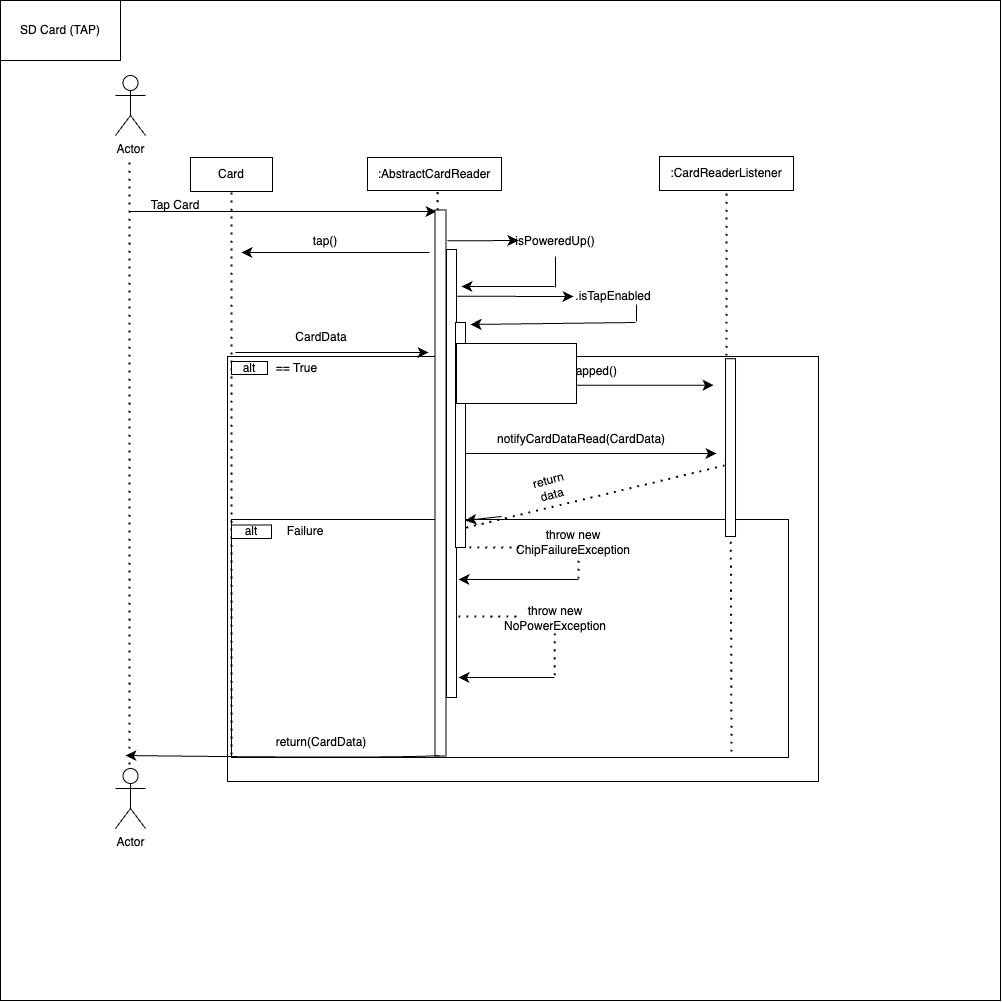
Before: visuals/sequence_structure_diagram_V1_3.png, a diagram exported from draw.io (marinara782/SuperMarket-Project-2). Source tidied: cells renumbered, new cells last; positions are measured from the earlier drawing's top-left corner, leaving out a move shared by most shapes.
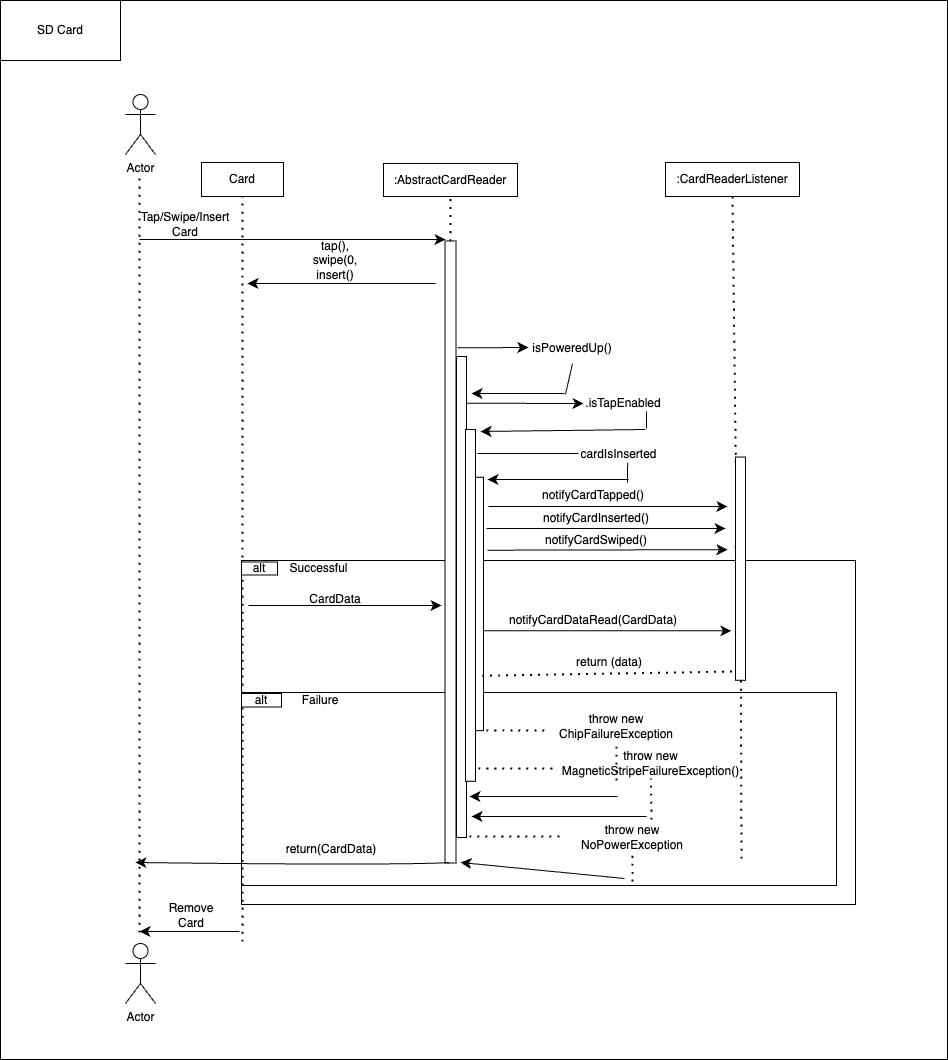
The same diagram one commit later.

The edit, as a diff of the source:
```diff
@@ -4,13 +4,13 @@
     <mxCell id="1" parent="0" />
-    <mxCell id="2" style="whiteSpace=wrap;html=1;" parent="1" vertex="1">
-      <mxGeometry width="1000" height="1000" as="geometry" />
-    </mxCell>
-    <mxCell id="3" style="rounded=0;whiteSpace=wrap;html=1;" parent="1" vertex="1">
-      <mxGeometry x="227" y="356" width="591" height="425" as="geometry" />
-    </mxCell>
-    <mxCell id="4" style="rounded=0;whiteSpace=wrap;html=1;" parent="1" vertex="1">
-      <mxGeometry x="231" y="519" width="557" height="238" as="geometry" />
-    </mxCell>
+    <mxCell id="58" style="rounded=0;whiteSpace=wrap;html=1;" parent="1" vertex="1">
+      <mxGeometry x="-10" y="-107" width="947" height="1059" as="geometry" />
+    </mxCell>
+    <mxCell id="59" style="rounded=0;whiteSpace=wrap;html=1;" parent="1" vertex="1">
+      <mxGeometry x="231" y="453" width="614" height="344" as="geometry" />
+    </mxCell>
+    <mxCell id="60" style="rounded=0;whiteSpace=wrap;html=1;" parent="1" vertex="1">
+      <mxGeometry x="231" y="585" width="595" height="193" as="geometry" />
+    </mxCell>
     <mxCell id="5" value="Actor" style="shape=umlActor;verticalLabelPosition=bottom;verticalAlign=top;html=1;" parent="1" vertex="1">
-      <mxGeometry x="115" y="75" width="30" height="60" as="geometry" />
+      <mxGeometry x="115" y="-13" width="30" height="60" as="geometry" />
     </mxCell>
@@ -18,4 +18,4 @@
       <mxGeometry relative="1" as="geometry">
-        <mxPoint x="129" y="764" as="sourcePoint" />
-        <mxPoint x="129" y="158" as="targetPoint" />
+        <mxPoint x="129" y="825" as="sourcePoint" />
+        <mxPoint x="129" y="69" as="targetPoint" />
       </mxGeometry>
@@ -23,3 +23,3 @@
     <mxCell id="7" value="Card" style="rounded=0;whiteSpace=wrap;html=1;" parent="1" vertex="1">
-      <mxGeometry x="190" y="157" width="82" height="34" as="geometry" />
+      <mxGeometry x="191" y="55" width="82" height="34" as="geometry" />
     </mxCell>
@@ -27,4 +27,4 @@
       <mxGeometry relative="1" as="geometry">
-        <mxPoint x="130" y="211" as="sourcePoint" />
-        <mxPoint x="436" y="211" as="targetPoint" />
+        <mxPoint x="129" y="132" as="sourcePoint" />
+        <mxPoint x="435" y="132" as="targetPoint" />
       </mxGeometry>
@@ -33,3 +33,3 @@
       <mxGeometry relative="1" as="geometry">
-        <mxPoint x="231" y="754" as="sourcePoint" />
+        <mxPoint x="232" y="834" as="sourcePoint" />
       </mxGeometry>
@@ -37,3 +37,3 @@
     <mxCell id="10" value=":AbstractCardReader" style="rounded=0;whiteSpace=wrap;html=1;" parent="1" vertex="1">
-      <mxGeometry x="367" y="157" width="134" height="33" as="geometry" />
+      <mxGeometry x="373" y="56" width="134" height="33" as="geometry" />
     </mxCell>
@@ -41,3 +41,3 @@
       <mxGeometry relative="1" as="geometry">
-        <mxPoint x="437" y="191" as="targetPoint" />
+        <mxPoint x="440" y="90" as="targetPoint" />
       </mxGeometry>
@@ -45,3 +45,3 @@
     <mxCell id="12" style="rounded=0;whiteSpace=wrap;html=1;rotation=90;" parent="1" vertex="1">
-      <mxGeometry x="167" y="477" width="546" height="11" as="geometry" />
+      <mxGeometry x="129" y="439" width="622" height="11" as="geometry" />
     </mxCell>
@@ -49,17 +49,17 @@
       <mxGeometry relative="1" as="geometry">
-        <mxPoint x="429" y="252" as="sourcePoint" />
-        <mxPoint x="241" y="252" as="targetPoint" />
+        <mxPoint x="425" y="176" as="sourcePoint" />
+        <mxPoint x="237" y="176" as="targetPoint" />
       </mxGeometry>
     </mxCell>
-    <mxCell id="14" value="tap()" style="text;html=1;align=center;verticalAlign=middle;whiteSpace=wrap;rounded=0;" parent="1" vertex="1">
-      <mxGeometry x="295" y="226" width="60" height="30" as="geometry" />
+    <mxCell id="14" value="tap(), swipe(0, insert()" style="text;html=1;align=center;verticalAlign=middle;whiteSpace=wrap;rounded=0;" parent="1" vertex="1">
+      <mxGeometry x="295" y="138" width="60" height="30" as="geometry" />
     </mxCell>
-    <mxCell id="15" value="Tap Card" style="text;html=1;align=center;verticalAlign=middle;whiteSpace=wrap;rounded=0;" parent="1" vertex="1">
-      <mxGeometry x="145" y="190" width="60" height="30" as="geometry" />
+    <mxCell id="15" value="Tap/Swipe/Insert Card" style="text;html=1;align=center;verticalAlign=middle;whiteSpace=wrap;rounded=0;" parent="1" vertex="1">
+      <mxGeometry x="145" y="102" width="60" height="30" as="geometry" />
     </mxCell>
     <mxCell id="16" value="alt" style="rounded=0;whiteSpace=wrap;html=1;" parent="1" vertex="1">
-      <mxGeometry x="231" y="361" width="36" height="13" as="geometry" />
+      <mxGeometry x="231" y="454.5" width="36" height="13" as="geometry" />
     </mxCell>
-    <mxCell id="17" value="== True" style="text;html=1;align=center;verticalAlign=middle;whiteSpace=wrap;rounded=0;" parent="1" vertex="1">
-      <mxGeometry x="267" y="361.2" width="59" height="12.5" as="geometry" />
+    <mxCell id="17" value="Successful" style="text;html=1;align=center;verticalAlign=middle;whiteSpace=wrap;rounded=0;" parent="1" vertex="1">
+      <mxGeometry x="279" y="455" width="59" height="12.5" as="geometry" />
     </mxCell>
@@ -70,4 +70,4 @@
       <mxGeometry relative="1" as="geometry">
-        <mxPoint x="235" y="352" as="sourcePoint" />
-        <mxPoint x="428" y="352" as="targetPoint" />
+        <mxPoint x="238" y="498" as="sourcePoint" />
+        <mxPoint x="431" y="498" as="targetPoint" />
       </mxGeometry>
@@ -75,3 +75,3 @@
     <mxCell id="20" value=":CardReaderListener" style="rounded=0;whiteSpace=wrap;html=1;" parent="1" vertex="1">
-      <mxGeometry x="659" y="156" width="134" height="34" as="geometry" />
+      <mxGeometry x="655" y="55" width="134" height="34" as="geometry" />
     </mxCell>
@@ -83,3 +83,3 @@
     <mxCell id="22" style="rounded=0;whiteSpace=wrap;html=1;rotation=90;" parent="1" vertex="1">
-      <mxGeometry x="227" y="468" width="448" height="10" as="geometry" />
+      <mxGeometry x="210.5" y="484.5" width="481" height="10" as="geometry" />
     </mxCell>
@@ -96,4 +96,4 @@
       <mxGeometry relative="1" as="geometry">
-        <mxPoint x="465" y="453" as="sourcePoint" />
-        <mxPoint x="716" y="453" as="targetPoint" />
+        <mxPoint x="470" y="523.3" as="sourcePoint" />
+        <mxPoint x="721" y="523.3" as="targetPoint" />
       </mxGeometry>
@@ -101,3 +101,3 @@
     <mxCell id="26" value="notifyCardDataRead(CardData)" style="text;html=1;align=center;verticalAlign=middle;whiteSpace=wrap;rounded=0;" parent="1" vertex="1">
-      <mxGeometry x="551" y="424" width="60" height="30" as="geometry" />
+      <mxGeometry x="553" y="498" width="60" height="30" as="geometry" />
     </mxCell>
@@ -121,6 +121,6 @@
     <mxCell id="30" value="CardData" style="text;html=1;align=center;verticalAlign=middle;whiteSpace=wrap;rounded=0;" parent="1" vertex="1">
-      <mxGeometry x="291" y="322" width="60" height="30" as="geometry" />
+      <mxGeometry x="295" y="477" width="60" height="30" as="geometry" />
     </mxCell>
     <mxCell id="31" value="alt" style="rounded=0;whiteSpace=wrap;html=1;" parent="1" vertex="1">
-      <mxGeometry x="231" y="524.5" width="40" height="13.5" as="geometry" />
+      <mxGeometry x="231" y="586" width="40" height="13.5" as="geometry" />
     </mxCell>
@@ -133,3 +133,3 @@
     <mxCell id="33" value="isPoweredUp()" style="text;html=1;align=center;verticalAlign=middle;whiteSpace=wrap;rounded=0;" parent="1" vertex="1">
-      <mxGeometry x="525" y="226" width="60" height="30" as="geometry" />
+      <mxGeometry x="532" y="226" width="60" height="30" as="geometry" />
     </mxCell>
@@ -147,20 +147,6 @@
     <mxCell id="36" value="Failure" style="text;html=1;align=center;verticalAlign=middle;whiteSpace=wrap;rounded=0;" parent="1" vertex="1">
-      <mxGeometry x="277" y="524.5" width="56" height="13" as="geometry" />
+      <mxGeometry x="282" y="586.5" width="56" height="13" as="geometry" />
     </mxCell>
-    <mxCell id="37" style="endArrow=none;dashed=1;html=1;dashPattern=1 3;strokeWidth=2;rounded=0;fontSize=12;startSize=8;endSize=8;curved=1;" parent="1" edge="1">
-      <mxGeometry relative="1" as="geometry">
-        <mxPoint x="458" y="529" as="sourcePoint" />
-        <mxPoint x="724" y="465" as="targetPoint" />
-      </mxGeometry>
-    </mxCell>
-    <mxCell id="38" style="endArrow=classic;html=1;rounded=0;fontSize=12;startSize=8;endSize=8;curved=1;entryX=0.88;entryY=0;entryDx=0;entryDy=0;entryPerimeter=0;" parent="1" edge="1" target="40">
-      <mxGeometry relative="1" as="geometry">
-        <mxPoint x="501" y="516" as="sourcePoint" />
-      </mxGeometry>
-    </mxCell>
-    <mxCell id="39" value="return data" style="text;html=1;align=center;verticalAlign=middle;whiteSpace=wrap;rounded=0;rotation=-15;" parent="1" vertex="1">
-      <mxGeometry x="520" y="472" width="60" height="30" as="geometry" />
-    </mxCell>
     <mxCell id="40" style="rounded=0;whiteSpace=wrap;html=1;rotation=90;" parent="1" vertex="1">
-      <mxGeometry x="347.5" y="429.5" width="225" height="10" as="geometry" />
+      <mxGeometry x="284.1" y="492.9" width="351.8" height="10" as="geometry" />
     </mxCell>
@@ -178,44 +164,8 @@
     </mxCell>
-    <mxCell id="43" style="endArrow=none;dashed=1;html=1;dashPattern=1 3;strokeWidth=2;rounded=0;fontSize=12;startSize=8;endSize=8;curved=1;" parent="1" edge="1">
-      <mxGeometry relative="1" as="geometry">
-        <mxPoint x="469" y="547" as="sourcePoint" />
-        <mxPoint x="522" y="547" as="targetPoint" />
-      </mxGeometry>
-    </mxCell>
     <mxCell id="44" value="throw new ChipFailureException" style="text;html=1;align=center;verticalAlign=middle;whiteSpace=wrap;rounded=0;" parent="1" vertex="1">
-      <mxGeometry x="543" y="527" width="60" height="30" as="geometry" />
+      <mxGeometry x="529" y="604" width="154" height="30" as="geometry" />
     </mxCell>
-    <mxCell id="45" style="endArrow=none;dashed=1;html=1;dashPattern=1 3;strokeWidth=2;rounded=0;fontSize=12;startSize=8;endSize=8;curved=1;" parent="1" edge="1">
-      <mxGeometry relative="1" as="geometry">
-        <mxPoint x="554.3" y="633" as="sourcePoint" />
-        <mxPoint x="554.3" y="680" as="targetPoint" />
-      </mxGeometry>
-    </mxCell>
-    <mxCell id="46" style="endArrow=none;dashed=1;html=1;dashPattern=1 3;strokeWidth=2;rounded=0;fontSize=12;startSize=8;endSize=8;curved=1;" parent="1" edge="1">
-      <mxGeometry relative="1" as="geometry">
-        <mxPoint x="578" y="578" as="sourcePoint" />
-        <mxPoint x="578" y="557" as="targetPoint" />
-      </mxGeometry>
-    </mxCell>
-    <mxCell id="47" style="endArrow=classic;html=1;rounded=0;fontSize=12;startSize=8;endSize=8;curved=1;" parent="1" edge="1">
-      <mxGeometry relative="1" as="geometry">
-        <mxPoint x="578" y="579" as="sourcePoint" />
-        <mxPoint x="458" y="579" as="targetPoint" />
-      </mxGeometry>
-    </mxCell>
-    <mxCell id="48" style="endArrow=none;dashed=1;html=1;dashPattern=1 3;strokeWidth=2;rounded=0;fontSize=12;startSize=8;endSize=8;curved=1;" parent="1" edge="1">
-      <mxGeometry relative="1" as="geometry">
-        <mxPoint x="458" y="616" as="sourcePoint" />
-        <mxPoint x="518" y="616" as="targetPoint" />
-      </mxGeometry>
-    </mxCell>
     <mxCell id="49" value="throw new NoPowerException" style="text;html=1;align=center;verticalAlign=middle;whiteSpace=wrap;rounded=0;" parent="1" vertex="1">
-      <mxGeometry x="525" y="603" width="60" height="30" as="geometry" />
+      <mxGeometry x="592" y="715" width="60" height="30" as="geometry" />
     </mxCell>
-    <mxCell id="50" style="endArrow=classic;html=1;rounded=0;fontSize=12;startSize=8;endSize=8;curved=1;" parent="1" edge="1">
-      <mxGeometry relative="1" as="geometry">
-        <mxPoint x="554" y="677" as="sourcePoint" />
-        <mxPoint x="458" y="677" as="targetPoint" />
-      </mxGeometry>
-    </mxCell>
     <mxCell id="51" style="endArrow=none;dashed=1;html=1;dashPattern=1 3;strokeWidth=2;rounded=0;fontSize=12;startSize=8;endSize=8;curved=1;" parent="1" edge="1" target="52">
@@ -226,22 +176,132 @@
     <mxCell id="52" style="rounded=0;whiteSpace=wrap;html=1;rotation=90;" parent="1" vertex="1">
-      <mxGeometry x="641.1" y="442.1" width="177.8" height="10" as="geometry" />
+      <mxGeometry x="618.4" y="456.1" width="223.2" height="10" as="geometry" />
     </mxCell>
     <mxCell id="53" value="Actor" style="shape=umlActor;verticalLabelPosition=bottom;verticalAlign=top;html=1;" parent="1" vertex="1">
-      <mxGeometry x="115" y="768" width="30" height="60" as="geometry" />
+      <mxGeometry x="115" y="836" width="30" height="60" as="geometry" />
     </mxCell>
-    <mxCell id="54" style="endArrow=classic;html=1;rounded=0;fontSize=12;startSize=8;endSize=8;curved=1;" parent="1" edge="1">
-      <mxGeometry relative="1" as="geometry">
-        <mxPoint x="467" y="384.8" as="sourcePoint" />
-        <mxPoint x="713" y="384.8" as="targetPoint" />
-      </mxGeometry>
-    </mxCell>
+    <mxCell id="57" value="SD Card" style="rounded=0;whiteSpace=wrap;html=1;" parent="1" vertex="1">
+      <mxGeometry x="-10" y="-107" width="120" height="60" as="geometry" />
+    </mxCell>
+    <mxCell id="61" style="rounded=0;whiteSpace=wrap;html=1;rotation=90;" parent="1" vertex="1">
+      <mxGeometry x="342.3" y="492.4" width="253.4" height="8" as="geometry" />
+    </mxCell>
+    <mxCell id="62" style="endArrow=none;html=1;rounded=0;fontSize=12;startSize=8;endSize=8;curved=1;" parent="1" edge="1">
+      <mxGeometry relative="1" as="geometry">
+        <mxPoint x="467" y="346" as="sourcePoint" />
+        <mxPoint x="568" y="346" as="targetPoint" />
+      </mxGeometry>
+    </mxCell>
+    <mxCell id="63" value="cardIsInserted" style="text;html=1;align=center;verticalAlign=middle;whiteSpace=wrap;rounded=0;" parent="1" vertex="1">
+      <mxGeometry x="562" y="342" width="93" height="10" as="geometry" />
+    </mxCell>
+    <mxCell id="64" style="endArrow=none;html=1;rounded=0;fontSize=12;startSize=8;endSize=8;curved=1;entryX=0.593;entryY=1.322;entryDx=0;entryDy=0;entryPerimeter=0;" parent="1" edge="1" target="63">
+      <mxGeometry relative="1" as="geometry">
+        <mxPoint x="617" y="375" as="sourcePoint" />
+      </mxGeometry>
+    </mxCell>
+    <mxCell id="65" style="endArrow=classic;html=1;rounded=0;fontSize=12;startSize=8;endSize=8;curved=1;" parent="1" edge="1">
+      <mxGeometry relative="1" as="geometry">
+        <mxPoint x="618" y="372" as="sourcePoint" />
+        <mxPoint x="477" y="372" as="targetPoint" />
+      </mxGeometry>
+    </mxCell>
     <mxCell id="55" value="notifyCardTapped()" style="text;html=1;align=center;verticalAlign=middle;whiteSpace=wrap;rounded=0;" parent="1" vertex="1">
-      <mxGeometry x="536" y="356" width="60" height="30" as="geometry" />
+      <mxGeometry x="553" y="373" width="60" height="30" as="geometry" />
     </mxCell>
-    <mxCell id="56" style="rounded=0;whiteSpace=wrap;html=1;" parent="1" vertex="1">
-      <mxGeometry x="456" y="343" width="120" height="60" as="geometry" />
-    </mxCell>
-    <mxCell id="57" value="SD Card (TAP)" style="rounded=0;whiteSpace=wrap;html=1;" parent="1" vertex="1">
-      <mxGeometry width="120" height="60" as="geometry" />
-    </mxCell>
+    <mxCell id="66" style="endArrow=classic;html=1;rounded=0;fontSize=12;startSize=8;endSize=8;curved=1;" parent="1" edge="1">
+      <mxGeometry relative="1" as="geometry">
+        <mxPoint x="478" y="399" as="sourcePoint" />
+        <mxPoint x="717" y="399" as="targetPoint" />
+      </mxGeometry>
+    </mxCell>
+    <mxCell id="67" value="notifyCardInserted()" style="text;html=1;align=center;verticalAlign=middle;whiteSpace=wrap;rounded=0;" parent="1" vertex="1">
+      <mxGeometry x="556" y="396" width="60" height="30" as="geometry" />
+    </mxCell>
+    <mxCell id="68" style="endArrow=classic;html=1;rounded=0;fontSize=12;startSize=8;endSize=8;curved=1;" parent="1" edge="1">
+      <mxGeometry relative="1" as="geometry">
+        <mxPoint x="476" y="421" as="sourcePoint" />
+        <mxPoint x="715" y="421" as="targetPoint" />
+      </mxGeometry>
+    </mxCell>
+    <mxCell id="69" value="notifyCardSwiped()" style="text;html=1;align=center;verticalAlign=middle;whiteSpace=wrap;rounded=0;" parent="1" vertex="1">
+      <mxGeometry x="556" y="417.8" width="60" height="30" as="geometry" />
+    </mxCell>
+    <mxCell id="70" style="endArrow=classic;html=1;rounded=0;fontSize=12;startSize=8;endSize=8;curved=1;" parent="1" edge="1">
+      <mxGeometry relative="1" as="geometry">
+        <mxPoint x="477" y="442.7" as="sourcePoint" />
+        <mxPoint x="717" y="442.2" as="targetPoint" />
+      </mxGeometry>
+    </mxCell>
+    <mxCell id="71" style="endArrow=none;dashed=1;html=1;dashPattern=1 3;strokeWidth=2;rounded=0;fontSize=12;startSize=8;endSize=8;curved=1;exitX=0.75;exitY=0;exitDx=0;exitDy=0;entryX=0.923;entryY=0.735;entryDx=0;entryDy=0;entryPerimeter=0;" parent="1" edge="1">
+      <mxGeometry relative="1" as="geometry">
+        <mxPoint x="471.7" y="568.2" as="sourcePoint" />
+        <mxPoint x="726.3" y="564" as="targetPoint" />
+      </mxGeometry>
+    </mxCell>
+    <mxCell id="72" value="return (data)" style="text;html=1;align=center;verticalAlign=middle;whiteSpace=wrap;rounded=0;rotation=0;" parent="1" vertex="1">
+      <mxGeometry x="549" y="540" width="100" height="30" as="geometry" />
+    </mxCell>
+    <mxCell id="73" style="endArrow=none;dashed=1;html=1;dashPattern=1 3;strokeWidth=2;rounded=0;fontSize=12;startSize=8;endSize=8;curved=1;" parent="1" edge="1">
+      <mxGeometry relative="1" as="geometry">
+        <mxPoint x="476" y="623" as="sourcePoint" />
+        <mxPoint x="540" y="623" as="targetPoint" />
+      </mxGeometry>
+    </mxCell>
+    <mxCell id="74" style="endArrow=none;dashed=1;html=1;dashPattern=1 3;strokeWidth=2;rounded=0;fontSize=12;startSize=8;endSize=8;curved=1;" parent="1" edge="1" target="44">
+      <mxGeometry relative="1" as="geometry">
+        <mxPoint x="606" y="673" as="sourcePoint" />
+      </mxGeometry>
+    </mxCell>
+    <mxCell id="75" style="endArrow=classic;html=1;rounded=0;fontSize=12;startSize=8;endSize=8;curved=1;" parent="1" edge="1">
+      <mxGeometry relative="1" as="geometry">
+        <mxPoint x="607" y="689" as="sourcePoint" />
+        <mxPoint x="459" y="689" as="targetPoint" />
+      </mxGeometry>
+    </mxCell>
+    <mxCell id="76" value="throw new MagneticStripeFailureException()" style="text;html=1;align=center;verticalAlign=middle;whiteSpace=wrap;rounded=0;" parent="1" vertex="1">
+      <mxGeometry x="562" y="641" width="157" height="30" as="geometry" />
+    </mxCell>
+    <mxCell id="77" style="endArrow=none;dashed=1;html=1;dashPattern=1 3;strokeWidth=2;rounded=0;fontSize=12;startSize=8;endSize=8;curved=1;entryX=0.5;entryY=1;entryDx=0;entryDy=0;" parent="1" edge="1" target="76">
+      <mxGeometry relative="1" as="geometry">
+        <mxPoint x="641" y="712" as="sourcePoint" />
+      </mxGeometry>
+    </mxCell>
+    <mxCell id="78" style="endArrow=none;dashed=1;html=1;dashPattern=1 3;strokeWidth=2;rounded=0;fontSize=12;startSize=8;endSize=8;curved=1;" parent="1" edge="1">
+      <mxGeometry relative="1" as="geometry">
+        <mxPoint x="468" y="661" as="sourcePoint" />
+        <mxPoint x="543" y="661" as="targetPoint" />
+      </mxGeometry>
+    </mxCell>
+    <mxCell id="79" style="endArrow=classic;html=1;rounded=0;fontSize=12;startSize=8;endSize=8;curved=1;" parent="1" edge="1">
+      <mxGeometry relative="1" as="geometry">
+        <mxPoint x="636" y="709" as="sourcePoint" />
+        <mxPoint x="461" y="709" as="targetPoint" />
+      </mxGeometry>
+    </mxCell>
+    <mxCell id="80" style="endArrow=none;dashed=1;html=1;dashPattern=1 3;strokeWidth=2;rounded=0;fontSize=12;startSize=8;endSize=8;curved=1;" parent="1" edge="1">
+      <mxGeometry relative="1" as="geometry">
+        <mxPoint x="459" y="729" as="sourcePoint" />
+        <mxPoint x="549" y="729" as="targetPoint" />
+      </mxGeometry>
+    </mxCell>
+    <mxCell id="81" style="endArrow=none;dashed=1;html=1;dashPattern=1 3;strokeWidth=2;rounded=0;fontSize=12;startSize=8;endSize=8;curved=1;entryX=0.5;entryY=1;entryDx=0;entryDy=0;" parent="1" edge="1" target="49">
+      <mxGeometry relative="1" as="geometry">
+        <mxPoint x="622" y="774" as="sourcePoint" />
+      </mxGeometry>
+    </mxCell>
+    <mxCell id="82" style="endArrow=classic;html=1;rounded=0;fontSize=12;startSize=8;endSize=8;curved=1;" parent="1" edge="1">
+      <mxGeometry relative="1" as="geometry">
+        <mxPoint x="614" y="771" as="sourcePoint" />
+        <mxPoint x="450" y="755" as="targetPoint" />
+      </mxGeometry>
+    </mxCell>
+    <mxCell id="83" style="endArrow=classic;html=1;rounded=0;fontSize=12;startSize=8;endSize=8;curved=1;" parent="1" edge="1">
+      <mxGeometry relative="1" as="geometry">
+        <mxPoint x="229" y="824" as="sourcePoint" />
+        <mxPoint x="129" y="824" as="targetPoint" />
+      </mxGeometry>
+    </mxCell>
+    <mxCell id="84" value="Remove Card" style="text;html=1;align=center;verticalAlign=middle;whiteSpace=wrap;rounded=0;" parent="1" vertex="1">
+      <mxGeometry x="150.5" y="793" width="60" height="30" as="geometry" />
+    </mxCell>
   </root>
```
